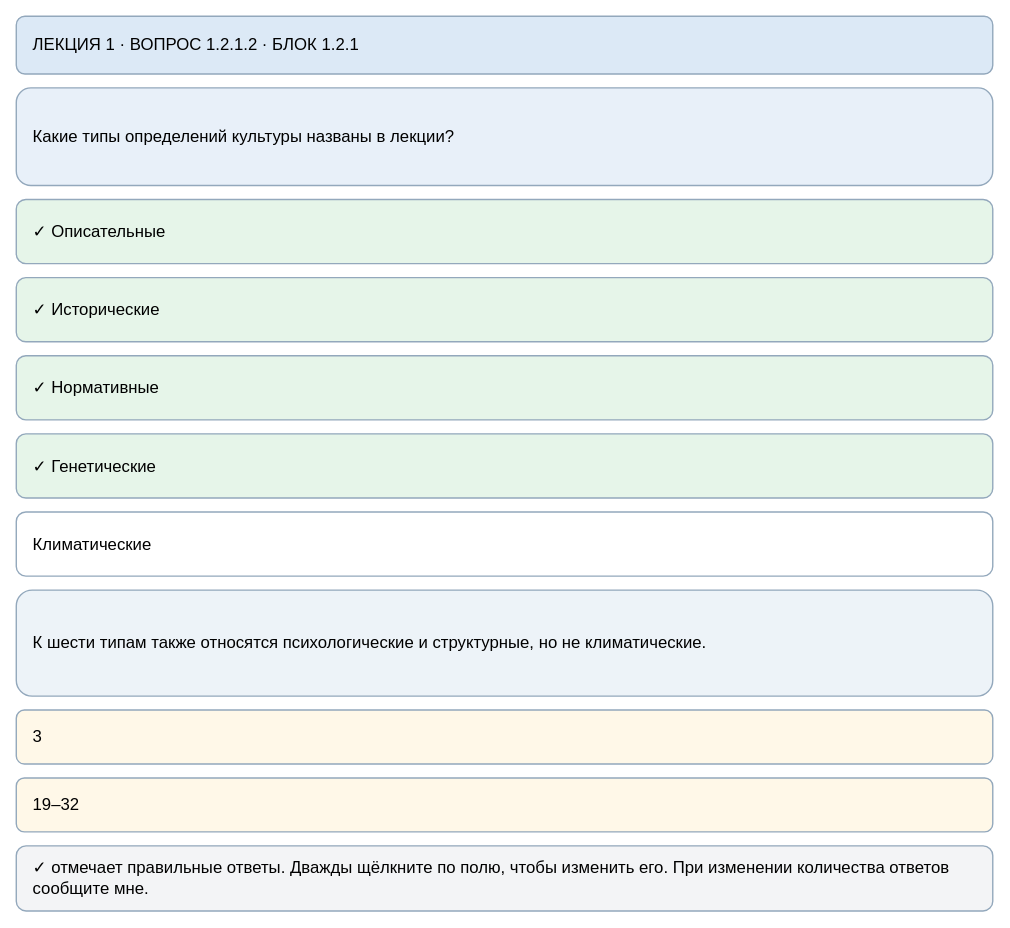
The draw.io diagram page "1.2.1.2" (4 of 36) of maps/lecture-01-test-editor.drawio in slobodatablichka/apologetika-test, before the edit. Source tidied: cells renumbered, new cells numbered last; positions are measured from the earlier drawing's top-left corner, leaving out a move shared by most shapes. Both pictures are drawn from the tidied source at 93%, with x=0, y=0 at pixel (16, 16).
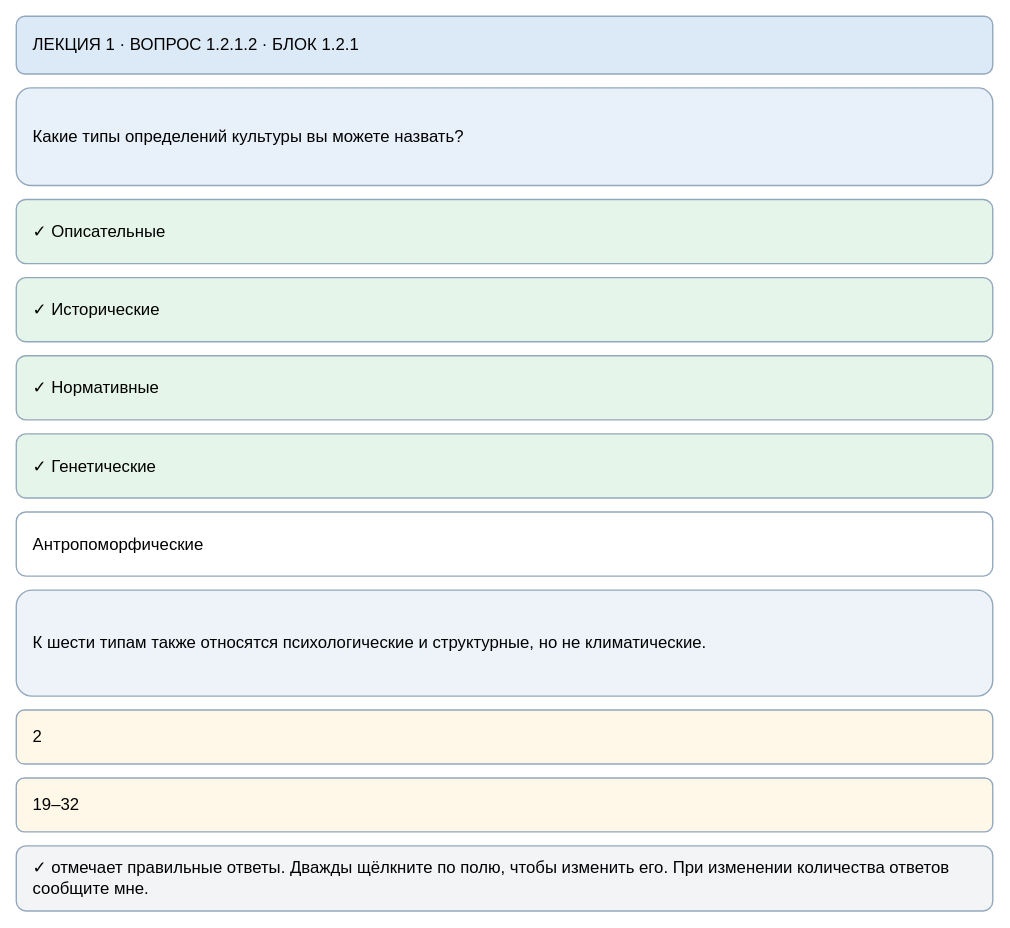
After the change.

Change to the diagram source:
```diff
@@
 <mxGraphModel>
   <root>
     <mxCell id="0" />
     <mxCell id="1" parent="0" />
     <mxCell id="2" value="ЛЕКЦИЯ 1 · ВОПРОС 1.2.1.2 · БЛОК 1.2.1" style="rounded=1;whiteSpace=wrap;html=1;align=left;verticalAlign=middle;spacingLeft=16;spacingRight=16;fontSize=18;fillColor=#dce9f6;strokeColor=#93a8bc;strokeWidth=1.5;" parent="1" vertex="1">
       <mxGeometry width="1050" height="62" as="geometry" />
     </mxCell>
-    <mxCell id="3" value="Какие типы определений культуры названы в лекции?" style="rounded=1;whiteSpace=wrap;html=1;align=left;verticalAlign=middle;spacingLeft=16;spacingRight=16;fontSize=18;fillColor=#e8f0f9;strokeColor=#93a8bc;strokeWidth=1.5;" parent="1" vertex="1">
+    <mxCell id="3" value="Какие типы определений культуры вы можете назвать?" style="rounded=1;whiteSpace=wrap;html=1;align=left;verticalAlign=middle;spacingLeft=16;spacingRight=16;fontSize=18;fillColor=#e8f0f9;strokeColor=#93a8bc;strokeWidth=1.5;" parent="1" vertex="1">
       <mxGeometry y="77" width="1050" height="105" as="geometry" />
     </mxCell>
     <mxCell id="4" value="✓ Описательные" style="rounded=1;whiteSpace=wrap;html=1;align=left;verticalAlign=middle;spacingLeft=16;spacingRight=16;fontSize=18;fillColor=#e6f5e9;strokeColor=#93a8bc;strokeWidth=1.5;" parent="1" vertex="1">
       <mxGeometry y="197" width="1050" height="69" as="geometry" />
     </mxCell>
     <mxCell id="5" value="✓ Исторические" style="rounded=1;whiteSpace=wrap;html=1;align=left;verticalAlign=middle;spacingLeft=16;spacingRight=16;fontSize=18;fillColor=#e6f5e9;strokeColor=#93a8bc;strokeWidth=1.5;" parent="1" vertex="1">
       <mxGeometry y="281" width="1050" height="69" as="geometry" />
     </mxCell>
     <mxCell id="6" value="✓ Нормативные" style="rounded=1;whiteSpace=wrap;html=1;align=left;verticalAlign=middle;spacingLeft=16;spacingRight=16;fontSize=18;fillColor=#e6f5e9;strokeColor=#93a8bc;strokeWidth=1.5;" parent="1" vertex="1">
       <mxGeometry y="365" width="1050" height="69" as="geometry" />
     </mxCell>
     <mxCell id="7" value="✓ Генетические" style="rounded=1;whiteSpace=wrap;html=1;align=left;verticalAlign=middle;spacingLeft=16;spacingRight=16;fontSize=18;fillColor=#e6f5e9;strokeColor=#93a8bc;strokeWidth=1.5;" parent="1" vertex="1">
       <mxGeometry y="449" width="1050" height="69" as="geometry" />
     </mxCell>
-    <mxCell id="8" value="Климатические" style="rounded=1;whiteSpace=wrap;html=1;align=left;verticalAlign=middle;spacingLeft=16;spacingRight=16;fontSize=18;fillColor=#ffffff;strokeColor=#93a8bc;strokeWidth=1.5;" parent="1" vertex="1">
+    <mxCell id="8" value="Антропоморфические" style="rounded=1;whiteSpace=wrap;html=1;align=left;verticalAlign=middle;spacingLeft=16;spacingRight=16;fontSize=18;fillColor=#ffffff;strokeColor=#93a8bc;strokeWidth=1.5;" parent="1" vertex="1">
       <mxGeometry y="533" width="1050" height="69" as="geometry" />
     </mxCell>
     <mxCell id="9" value="К шести типам также относятся психологические и структурные, но не климатические." style="rounded=1;whiteSpace=wrap;html=1;align=left;verticalAlign=middle;spacingLeft=16;spacingRight=16;fontSize=18;fillColor=#edf3f8;strokeColor=#93a8bc;strokeWidth=1.5;" parent="1" vertex="1">
       <mxGeometry y="617" width="1050" height="114" as="geometry" />
     </mxCell>
-    <mxCell id="10" value="3" style="rounded=1;whiteSpace=wrap;html=1;align=left;verticalAlign=middle;spacingLeft=16;spacingRight=16;fontSize=18;fillColor=#fff8e8;strokeColor=#93a8bc;strokeWidth=1.5;" parent="1" vertex="1">
+    <mxCell id="10" value="2" style="rounded=1;whiteSpace=wrap;html=1;align=left;verticalAlign=middle;spacingLeft=16;spacingRight=16;fontSize=18;fillColor=#fff8e8;strokeColor=#93a8bc;strokeWidth=1.5;" parent="1" vertex="1">
       <mxGeometry y="746" width="1050" height="58" as="geometry" />
     </mxCell>
     <mxCell id="11" value="19–32" style="rounded=1;whiteSpace=wrap;html=1;align=left;verticalAlign=middle;spacingLeft=16;spacingRight=16;fontSize=18;fillColor=#fff8e8;strokeColor=#93a8bc;strokeWidth=1.5;" parent="1" vertex="1">
       <mxGeometry y="819" width="1050" height="58" as="geometry" />
     </mxCell>
     <mxCell id="12" value="✓ отмечает правильные ответы. Дважды щёлкните по полю, чтобы изменить его. При изменении количества ответов сообщите мне." style="rounded=1;whiteSpace=wrap;html=1;align=left;verticalAlign=middle;spacingLeft=16;spacingRight=16;fontSize=18;fillColor=#f3f4f6;strokeColor=#93a8bc;strokeWidth=1.5;" parent="1" vertex="1">
       <mxGeometry y="892" width="1050" height="70" as="geometry" />
     </mxCell>
   </root>
 </mxGraphModel>
```
